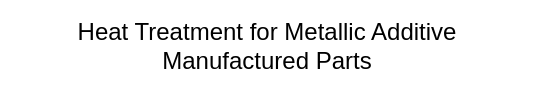
Above: HT for AM Parts.drawio in HamedGhadimi/AM_Endurance (draw.io), before the change. Source tidied: cells renumbered, new cells numbered last; positions are measured from the earlier drawing's top-left corner, leaving out a move shared by most shapes. Both pictures are drawn from the tidied source at 100%, with x=0, y=0 at pixel (17, 31).
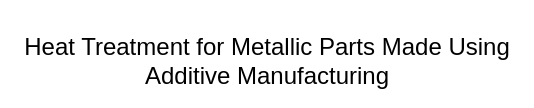
After the change.

What changed in the source:
```diff
@@
 <mxGraphModel>
   <root>
     <mxCell id="0" />
     <mxCell id="1" parent="0" />
-    <mxCell id="2" value="Heat Treatment for Metallic Additive Manufactured Parts" style="text;html=1;align=center;verticalAlign=middle;whiteSpace=wrap;rounded=0;fontSize=24;" parent="1" vertex="1">
-      <mxGeometry width="500" height="30" as="geometry" />
+    <mxCell id="2" value="Heat Treatment for Metallic Parts Made Using Additive Manufacturing" style="text;html=1;align=center;verticalAlign=middle;whiteSpace=wrap;rounded=0;fontSize=24;" parent="1" vertex="1">
+      <mxGeometry width="500" height="60" as="geometry" />
     </mxCell>
   </root>
 </mxGraphModel>
```
